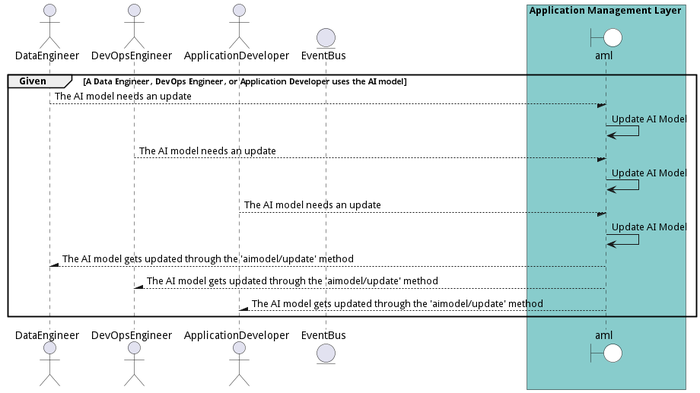
Before: docs/edgemere/aml/usecases/ManageAIModels/UpdateAIModel.png, a diagram exported from PlantUML (madajaju/edgemere). Source of this version:
```plantuml
@startuml


actor "DataEngineer"

actor "DevOpsEngineer"

actor "ApplicationDeveloper"


entity EventBus

box Application Management Layer #88cccc
    boundary aml #white
end box


group Given [A Data Engineer, DevOps Engineer, or Application Developer uses the AI model]

"DataEngineer" --/ aml: The AI model needs an update
"aml" -> aml: Update AI Model


"DevOpsEngineer" --/ aml: The AI model needs an update
"aml" -> aml: Update AI Model


"ApplicationDeveloper" --/ aml: The AI model needs an update
"aml" -> aml: Update AI Model



"DataEngineer" /-- aml: The AI model gets updated through the &#39;aimodel/update&#39; method

"DevOpsEngineer" /-- aml: The AI model gets updated through the &#39;aimodel/update&#39; method

"ApplicationDeveloper" /-- aml: The AI model gets updated through the &#39;aimodel/update&#39; method


end

@enduml
```
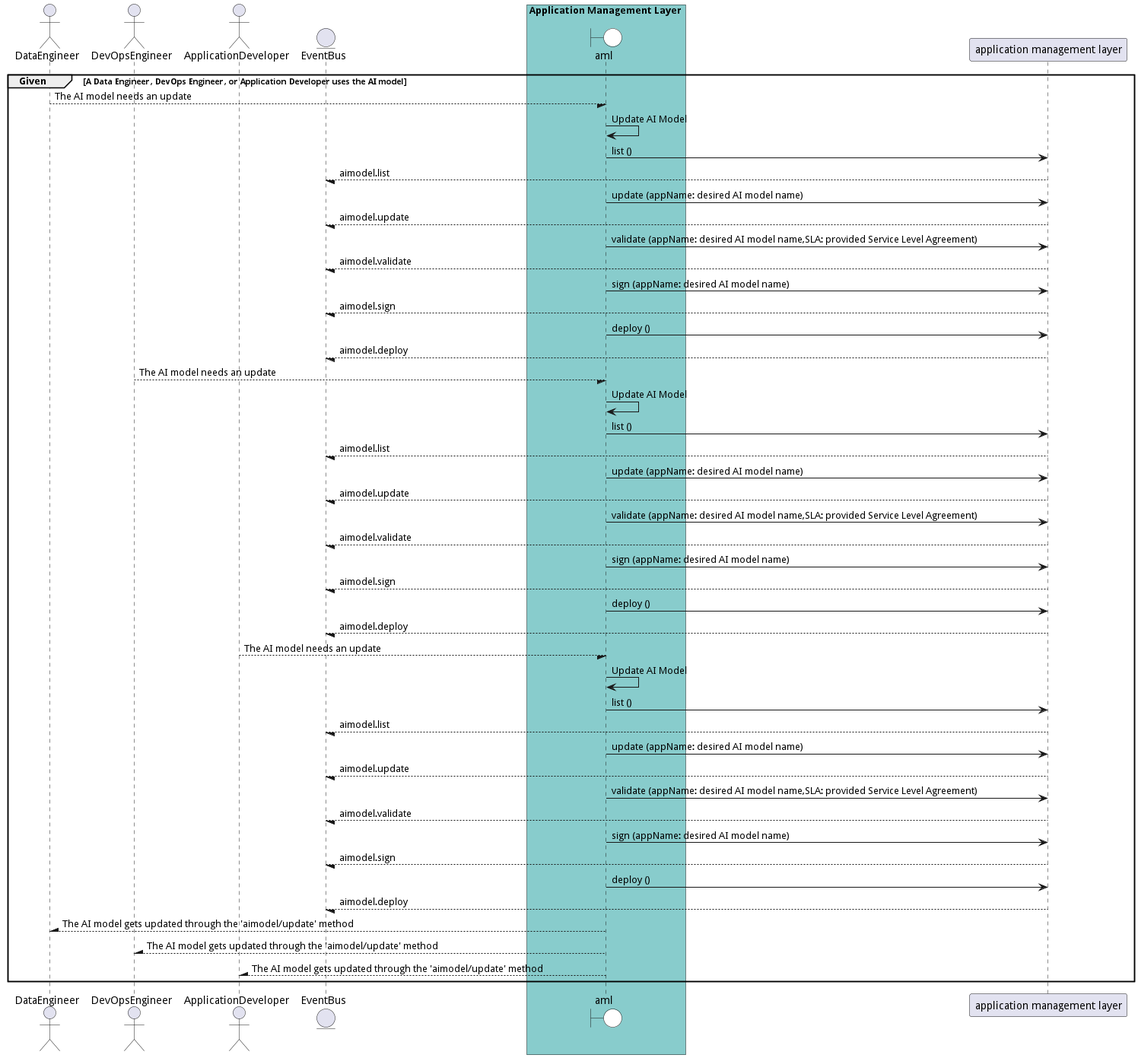
The same file after the commit.

Diff of the diagram source:
```diff
@@ -15,18 +15,81 @@
 end box
 
 
+box Application Management Layer #88cccc
+    end box
+
 group Given [A Data Engineer, DevOps Engineer, or Application Developer uses the AI model]
 
 "DataEngineer" --/ aml: The AI model needs an update
 "aml" -> aml: Update AI Model
 
+    aml -> "application management layer": list ()
+
+    "application management layer" --/ EventBus: aimodel.list
+
+    aml -> "application management layer": update (appName: desired AI model name)
+
+    "application management layer" --/ EventBus: aimodel.update
+
+    aml -> "application management layer": validate (appName: desired AI model name,SLA: provided Service Level Agreement)
+
+    "application management layer" --/ EventBus: aimodel.validate
+
+    aml -> "application management layer": sign (appName: desired AI model name)
+
+    "application management layer" --/ EventBus: aimodel.sign
+
+    aml -> "application management layer": deploy ()
+
+    "application management layer" --/ EventBus: aimodel.deploy
+
 
 "DevOpsEngineer" --/ aml: The AI model needs an update
 "aml" -> aml: Update AI Model
 
+    aml -> "application management layer": list ()
+
+    "application management layer" --/ EventBus: aimodel.list
+
+    aml -> "application management layer": update (appName: desired AI model name)
+
+    "application management layer" --/ EventBus: aimodel.update
+
+    aml -> "application management layer": validate (appName: desired AI model name,SLA: provided Service Level Agreement)
+
+    "application management layer" --/ EventBus: aimodel.validate
+
+    aml -> "application management layer": sign (appName: desired AI model name)
+
+    "application management layer" --/ EventBus: aimodel.sign
+
+    aml -> "application management layer": deploy ()
+
+    "application management layer" --/ EventBus: aimodel.deploy
+
 
 "ApplicationDeveloper" --/ aml: The AI model needs an update
 "aml" -> aml: Update AI Model
+
+    aml -> "application management layer": list ()
+
+    "application management layer" --/ EventBus: aimodel.list
+
+    aml -> "application management layer": update (appName: desired AI model name)
+
+    "application management layer" --/ EventBus: aimodel.update
+
+    aml -> "application management layer": validate (appName: desired AI model name,SLA: provided Service Level Agreement)
+
+    "application management layer" --/ EventBus: aimodel.validate
+
+    aml -> "application management layer": sign (appName: desired AI model name)
+
+    "application management layer" --/ EventBus: aimodel.sign
+
+    aml -> "application management layer": deploy ()
+
+    "application management layer" --/ EventBus: aimodel.deploy
 
 
 
```
